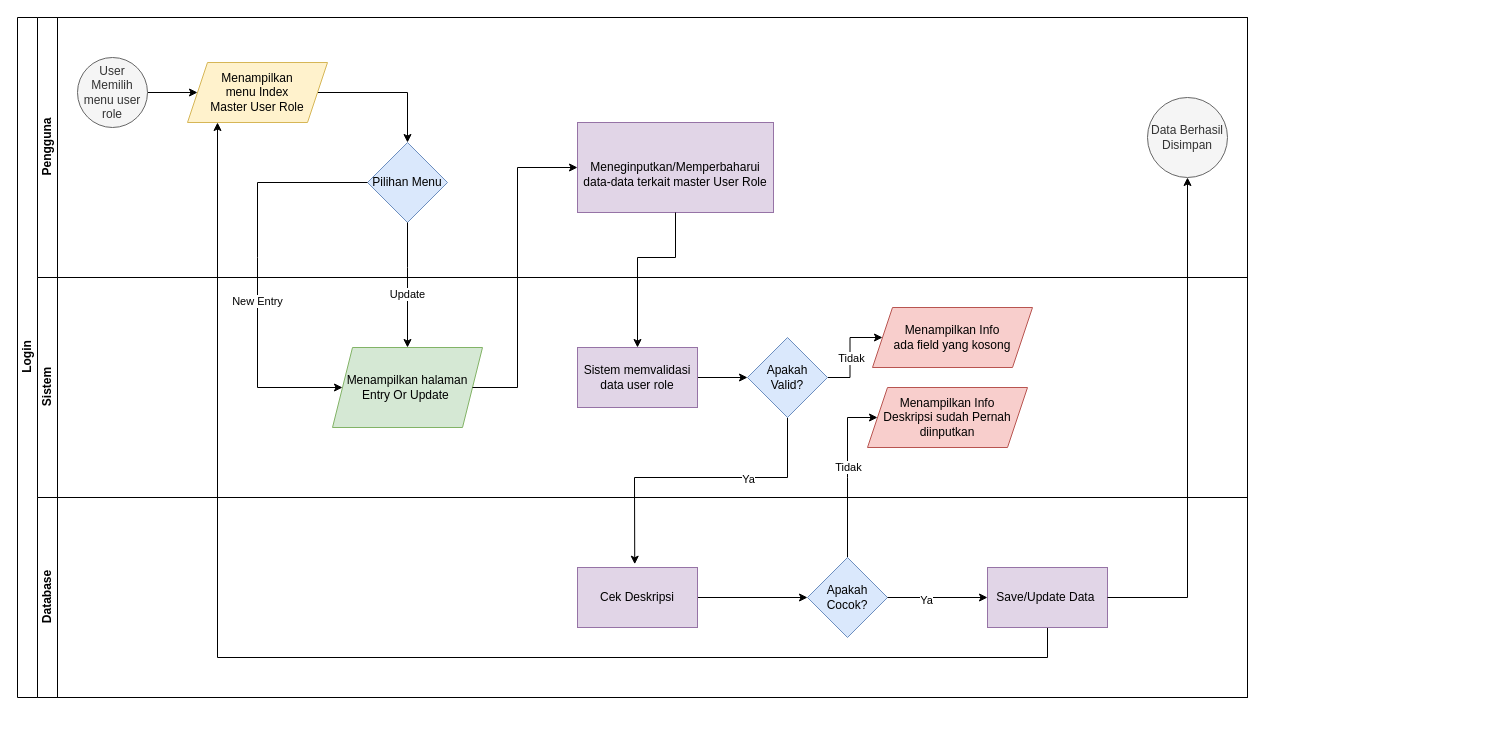
Earlier version of the draw.io diagram page "Master User Role" (2 of 2) of Untitled Diagram.drawio (frostmisty/TestVisioNet). Source tidied: cells renumbered, new cells numbered last; positions are measured from the earlier drawing's top-left corner, leaving out a move shared by most shapes. Both pictures are drawn from the tidied source at 100%, with x=0, y=0 at pixel (17, 17).
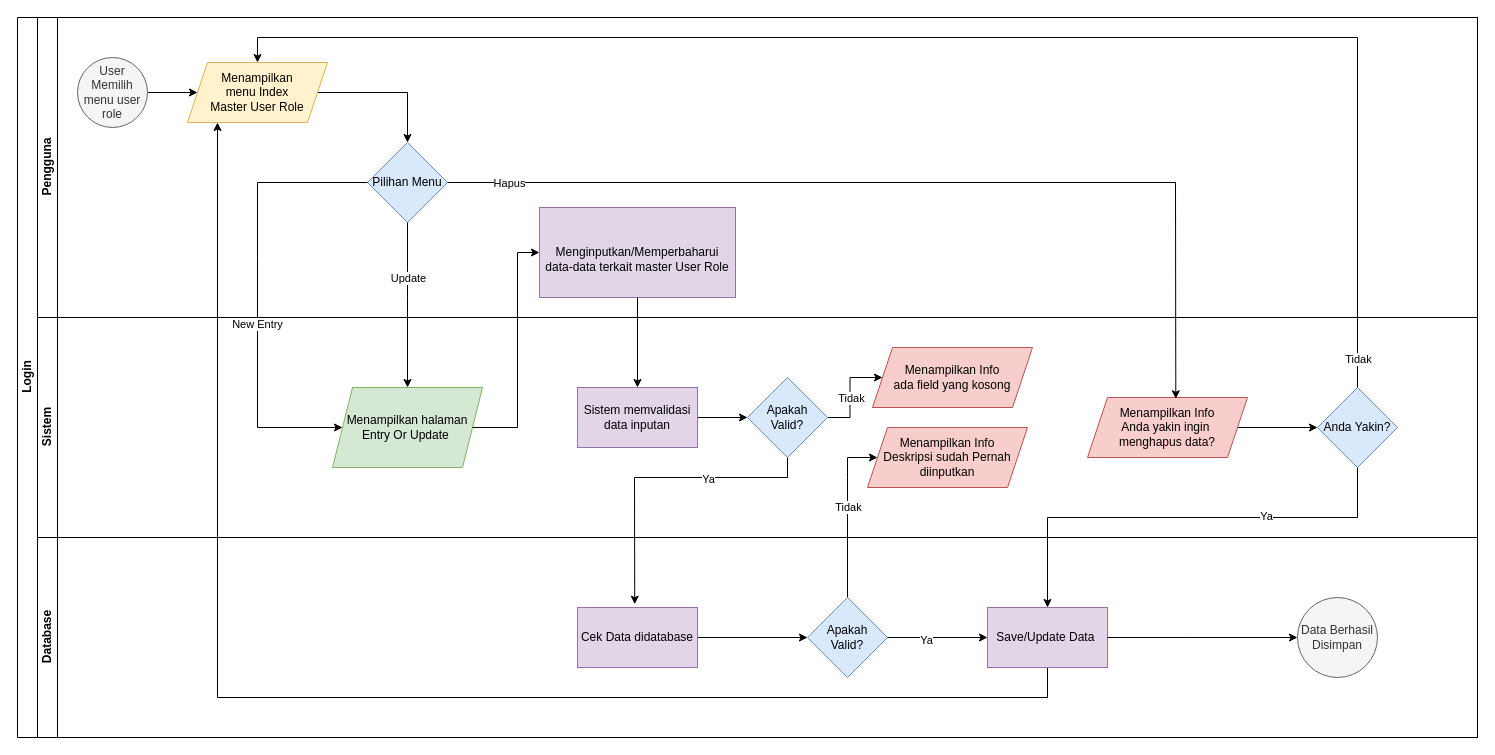
Above is the later version.

Unchanged cells that the change refers to:
```xml
<mxCell id="7" value="Menampilkan &lt;br&gt;menu Index &lt;br&gt;Master User Role" style="shape=parallelogram;perimeter=parallelogramPerimeter;whiteSpace=wrap;html=1;fixedSize=1;fillColor=#fff2cc;strokeColor=#d6b656;" parent="3" vertex="1">
  <mxGeometry x="150" y="45" width="140" height="60" as="geometry" />
</mxCell>
<mxCell id="9" value="Pilihan Menu" style="rhombus;whiteSpace=wrap;html=1;fillColor=#dae8fc;strokeColor=#6c8ebf;" parent="3" vertex="1">
  <mxGeometry x="330" y="125" width="80" height="80" as="geometry" />
</mxCell>
<mxCell id="21" value="Apakah &lt;br&gt;Valid?" style="rhombus;whiteSpace=wrap;html=1;fillColor=#dae8fc;strokeColor=#6c8ebf;" parent="16" vertex="1">
  <mxGeometry x="710" y="60" width="80" height="80" as="geometry" />
</mxCell>
<mxCell id="23" value="Menampilkan Info&lt;br&gt;Deskripsi sudah Pernah&lt;br&gt;diinputkan" style="shape=parallelogram;perimeter=parallelogramPerimeter;whiteSpace=wrap;html=1;fixedSize=1;fillColor=#f8cecc;strokeColor=#b85450;" parent="16" vertex="1">
  <mxGeometry x="830" y="110" width="160" height="60" as="geometry" />
</mxCell>
<mxCell id="24" value="Menampilkan halaman Entry Or Update&amp;nbsp;" style="shape=parallelogram;perimeter=parallelogramPerimeter;whiteSpace=wrap;html=1;fixedSize=1;fillColor=#d5e8d4;strokeColor=#82b366;" parent="16" vertex="1">
  <mxGeometry x="295" y="70" width="150" height="80" as="geometry" />
</mxCell>
<mxCell id="29" value="Save/Update Data&amp;nbsp;" style="rounded=0;whiteSpace=wrap;html=1;fillColor=#e1d5e7;strokeColor=#9673a6;" parent="25" vertex="1">
  <mxGeometry x="950" y="70" width="120" height="60" as="geometry" />
</mxCell>
<mxCell id="34" style="endArrow=classic;html=1;rounded=0;exitX=0.5;exitY=1;exitDx=0;exitDy=0;entryX=0.5;entryY=0;entryDx=0;entryDy=0;" parent="2" edge="1" source="9" target="24">
  <mxGeometry relative="1" as="geometry">
    <Array as="points">
      <mxPoint x="390" y="250" />
      <mxPoint x="390" y="280" />
    </Array>
  </mxGeometry>
</mxCell>
```

Diff of the diagram source:
```diff
@@
     <mxCell id="2" value="Login" style="swimlane;html=1;horizontal=0;startSize=20;" parent="1" vertex="1">
-      <mxGeometry width="1230" height="680" as="geometry" />
+      <mxGeometry width="1460" height="720" as="geometry" />
     </mxCell>
+    <mxCell id="12" style="endArrow=classic;html=1;rounded=0;exitX=0.5;exitY=1;exitDx=0;exitDy=0;entryX=0.477;entryY=-0.055;entryDx=0;entryDy=0;entryPerimeter=0;" parent="2" edge="1" source="21" target="27">
+      <mxGeometry relative="1" as="geometry">
+        <Array as="points">
+          <mxPoint x="770" y="460" />
+          <mxPoint x="617" y="460" />
+        </Array>
+      </mxGeometry>
+    </mxCell>
+    <mxCell id="13" value="Ya" style="edgeLabel;html=1;align=center;verticalAlign=middle;" parent="12" vertex="1">
+      <mxGeometry x="-0.33" y="1" relative="1" as="geometry" />
+    </mxCell>
+    <mxCell id="14" style="endArrow=classic;html=1;rounded=0;exitX=0.5;exitY=0;exitDx=0;exitDy=0;entryX=0;entryY=0.5;entryDx=0;entryDy=0;" parent="2" edge="1" source="28" target="23">
+      <mxGeometry relative="1" as="geometry">
+        <Array as="points">
+          <mxPoint x="830" y="460" />
+          <mxPoint x="830" y="440" />
+        </Array>
+      </mxGeometry>
+    </mxCell>
+    <mxCell id="15" value="Tidak" style="edgeLabel;html=1;align=center;verticalAlign=middle;" parent="14" vertex="1">
+      <mxGeometry x="0.07" relative="1" as="geometry" />
+    </mxCell>
     <mxCell id="3" value="Pengguna" style="swimlane;html=1;startSize=20;horizontal=0;" parent="2" vertex="1">
-      <mxGeometry x="20" width="1210" height="260" as="geometry" />
+      <mxGeometry x="20" width="1440" height="300" as="geometry" />
     </mxCell>
@@
-    <mxCell id="8" value="Data Berhasil Disimpan" style="ellipse;whiteSpace=wrap;html=1;fillColor=#f5f5f5;fontColor=#333333;strokeColor=#666666;" parent="3" vertex="1">
-      <mxGeometry x="1110" y="80" width="80" height="80" as="geometry" />
-    </mxCell>
@@
-    <mxCell id="10" value="&lt;br style=&quot;border-color: var(--border-color);&quot;&gt;Meneginputkan/Memperbaharui data-data terkait master User Role&lt;span style=&quot;background-color: rgb(195, 171, 208);&quot;&gt;&lt;br&gt;&lt;/span&gt;" style="rounded=0;whiteSpace=wrap;html=1;fillColor=#e1d5e7;strokeColor=#9673a6;" parent="3" vertex="1">
-      <mxGeometry x="540" y="105" width="196" height="90" as="geometry" />
+    <mxCell id="10" value="&lt;br style=&quot;border-color: var(--border-color);&quot;&gt;Menginputkan/Memperbaharui &lt;br&gt;data-data terkait master User Role&lt;span style=&quot;background-color: rgb(195, 171, 208);&quot;&gt;&lt;br&gt;&lt;/span&gt;" style="rounded=0;whiteSpace=wrap;html=1;fillColor=#e1d5e7;strokeColor=#9673a6;" parent="3" vertex="1">
+      <mxGeometry x="502" y="190" width="196" height="90" as="geometry" />
     </mxCell>
     <mxCell id="11" style="endArrow=classic;html=1;rounded=0;exitX=0.5;exitY=1;exitDx=0;exitDy=0;" parent="3" edge="1" source="29">
       <mxGeometry relative="1" as="geometry">
         <mxPoint x="180" y="105" as="targetPoint" />
         <Array as="points">
-          <mxPoint x="1010" y="640" />
-          <mxPoint x="180" y="640" />
+          <mxPoint x="1010" y="680" />
+          <mxPoint x="180" y="680" />
         </Array>
       </mxGeometry>
     </mxCell>
-    <mxCell id="12" style="endArrow=classic;html=1;rounded=0;exitX=0.5;exitY=1;exitDx=0;exitDy=0;entryX=0.477;entryY=-0.055;entryDx=0;entryDy=0;entryPerimeter=0;" parent="2" edge="1" source="21" target="27">
-      <mxGeometry relative="1" as="geometry">
-        <Array as="points">
-          <mxPoint x="770" y="460" />
-          <mxPoint x="617" y="460" />
-        </Array>
-      </mxGeometry>
-    </mxCell>
-    <mxCell id="13" value="Ya" style="edgeLabel;html=1;align=center;verticalAlign=middle;" parent="12" vertex="1">
-      <mxGeometry x="-0.33" y="1" relative="1" as="geometry" />
-    </mxCell>
-    <mxCell id="14" style="endArrow=classic;html=1;rounded=0;exitX=0.5;exitY=0;exitDx=0;exitDy=0;entryX=0;entryY=0.5;entryDx=0;entryDy=0;" parent="2" edge="1" source="28" target="23">
-      <mxGeometry relative="1" as="geometry">
-        <Array as="points">
-          <mxPoint x="830" y="460" />
-          <mxPoint x="830" y="400" />
-        </Array>
-      </mxGeometry>
-    </mxCell>
-    <mxCell id="15" value="Tidak" style="edgeLabel;html=1;align=center;verticalAlign=middle;" parent="14" vertex="1">
-      <mxGeometry x="0.07" relative="1" as="geometry" />
-    </mxCell>
     <mxCell id="16" value="Sistem" style="swimlane;html=1;startSize=20;horizontal=0;" parent="2" vertex="1">
-      <mxGeometry x="20" y="260" width="1210" height="220" as="geometry" />
+      <mxGeometry x="20" y="300" width="1440" height="220" as="geometry" />
     </mxCell>
@@
-    <mxCell id="18" value="Sistem memvalidasi data user role" style="rounded=0;whiteSpace=wrap;html=1;fillColor=#e1d5e7;strokeColor=#9673a6;" parent="16" vertex="1">
+    <mxCell id="18" value="Sistem memvalidasi data inputan" style="rounded=0;whiteSpace=wrap;html=1;fillColor=#e1d5e7;strokeColor=#9673a6;" parent="16" vertex="1">
       <mxGeometry x="540" y="70" width="120" height="60" as="geometry" />
     </mxCell>
@@
+    <mxCell id="39" style="edgeStyle=orthogonalEdgeStyle;rounded=0;jettySize=auto;html=1;" parent="16" edge="1" source="40" target="41">
+      <mxGeometry relative="1" as="geometry" />
+    </mxCell>
+    <mxCell id="40" value="Menampilkan Info&lt;br&gt;Anda yakin ingin&amp;nbsp;&lt;br&gt;menghapus data?" style="shape=parallelogram;perimeter=parallelogramPerimeter;whiteSpace=wrap;html=1;fixedSize=1;fillColor=#f8cecc;strokeColor=#b85450;" parent="16" vertex="1">
+      <mxGeometry x="1050" y="80" width="160" height="60" as="geometry" />
+    </mxCell>
+    <mxCell id="41" value="Anda Yakin?" style="rhombus;whiteSpace=wrap;html=1;fillColor=#dae8fc;strokeColor=#6c8ebf;" parent="16" vertex="1">
+      <mxGeometry x="1280" y="70" width="80" height="80" as="geometry" />
+    </mxCell>
     <mxCell id="25" value="Database" style="swimlane;html=1;startSize=20;horizontal=0;" parent="2" vertex="1">
-      <mxGeometry x="20" y="480" width="1210" height="200" as="geometry" />
+      <mxGeometry x="20" y="520" width="1440" height="200" as="geometry" />
     </mxCell>
@@
-    <mxCell id="27" value="Cek Deskripsi" style="rounded=0;whiteSpace=wrap;html=1;fillColor=#e1d5e7;strokeColor=#9673a6;" parent="25" vertex="1">
+    <mxCell id="27" value="Cek Data didatabase" style="rounded=0;whiteSpace=wrap;html=1;fillColor=#e1d5e7;strokeColor=#9673a6;" parent="25" vertex="1">
       <mxGeometry x="540" y="70" width="120" height="60" as="geometry" />
     </mxCell>
-    <mxCell id="28" value="Apakah Cocok?" style="rhombus;whiteSpace=wrap;html=1;fillColor=#dae8fc;strokeColor=#6c8ebf;" parent="25" vertex="1">
+    <mxCell id="28" value="Apakah &lt;br&gt;Valid?" style="rhombus;whiteSpace=wrap;html=1;fillColor=#dae8fc;strokeColor=#6c8ebf;" parent="25" vertex="1">
       <mxGeometry x="770" y="60" width="80" height="80" as="geometry" />
     </mxCell>
@@
+    <mxCell id="8" value="Data Berhasil Disimpan" style="ellipse;whiteSpace=wrap;html=1;fillColor=#f5f5f5;fontColor=#333333;strokeColor=#666666;" parent="25" vertex="1">
+      <mxGeometry x="1260" y="60" width="80" height="80" as="geometry" />
+    </mxCell>
+    <mxCell id="38" style="endArrow=classic;html=1;rounded=0;entryX=0;entryY=0.5;entryDx=0;entryDy=0;exitX=1;exitY=0.5;exitDx=0;exitDy=0;" parent="25" edge="1" source="29" target="8">
+      <mxGeometry relative="1" as="geometry">
+        <Array as="points">
+          <mxPoint x="1150" y="100" />
+        </Array>
+      </mxGeometry>
+    </mxCell>
     <mxCell id="32" style="endArrow=classic;html=1;rounded=0;exitX=0;exitY=0.5;exitDx=0;exitDy=0;entryX=0;entryY=0.5;entryDx=0;entryDy=0;" parent="2" edge="1" source="9" target="24">
       <mxGeometry relative="1" as="geometry">
         <Array as="points">
           <mxPoint x="240" y="165" />
           <mxPoint x="240" y="240" />
-          <mxPoint x="240" y="370" />
+          <mxPoint x="240" y="410" />
         </Array>
       </mxGeometry>
     </mxCell>
@@
     <mxCell id="35" value="Update" style="edgeLabel;html=1;align=center;verticalAlign=middle;" parent="34" vertex="1">
       <mxGeometry x="0.14" relative="1" as="geometry">
-        <mxPoint x="-1" as="offset" />
+        <mxPoint y="-39" as="offset" />
       </mxGeometry>
     </mxCell>
     <mxCell id="36" style="endArrow=classic;html=1;rounded=0;exitX=1;exitY=0.5;exitDx=0;exitDy=0;entryX=0;entryY=0.5;entryDx=0;entryDy=0;" parent="2" edge="1" source="24" target="10">
       <mxGeometry relative="1" as="geometry">
         <Array as="points">
-          <mxPoint x="500" y="370" />
-          <mxPoint x="500" y="150" />
+          <mxPoint x="500" y="410" />
+          <mxPoint x="500" y="235" />
         </Array>
       </mxGeometry>
     </mxCell>
     <mxCell id="37" style="endArrow=classic;html=1;rounded=0;exitX=0.5;exitY=1;exitDx=0;exitDy=0;entryX=0.5;entryY=0;entryDx=0;entryDy=0;" parent="2" edge="1" source="10" target="18">
-      <mxGeometry relative="1" as="geometry">
-        <Array as="points">
-          <mxPoint x="658" y="240" />
-          <mxPoint x="620" y="240" />
-        </Array>
-      </mxGeometry>
+      <mxGeometry relative="1" as="geometry" />
     </mxCell>
-    <mxCell id="38" style="endArrow=classic;html=1;rounded=0;entryX=0.5;entryY=1;entryDx=0;entryDy=0;exitX=1;exitY=0.5;exitDx=0;exitDy=0;" parent="2" edge="1" source="29" target="8">
-      <mxGeometry relative="1" as="geometry">
-        <Array as="points">
-          <mxPoint x="1170" y="580" />
-        </Array>
-      </mxGeometry>
-    </mxCell>
+    <mxCell id="42" style="endArrow=classic;html=1;rounded=0;exitX=1;exitY=0.5;exitDx=0;exitDy=0;entryX=0.552;entryY=0.021;entryDx=0;entryDy=0;entryPerimeter=0;" parent="2" edge="1" source="9" target="40">
+      <mxGeometry relative="1" as="geometry">
+        <Array as="points">
+          <mxPoint x="1158" y="165" />
+        </Array>
+      </mxGeometry>
+    </mxCell>
+    <mxCell id="43" value="Hapus" style="edgeLabel;html=1;align=center;verticalAlign=middle;" parent="42" vertex="1">
+      <mxGeometry x="0.01" y="1" relative="1" as="geometry">
+        <mxPoint x="-416" y="1" as="offset" />
+      </mxGeometry>
+    </mxCell>
+    <mxCell id="44" style="endArrow=classic;html=1;rounded=0;exitX=0.5;exitY=1;exitDx=0;exitDy=0;entryX=0.5;entryY=0;entryDx=0;entryDy=0;" parent="2" edge="1" source="41" target="29">
+      <mxGeometry relative="1" as="geometry">
+        <Array as="points">
+          <mxPoint x="1340" y="500" />
+          <mxPoint x="1030" y="500" />
+        </Array>
+      </mxGeometry>
+    </mxCell>
+    <mxCell id="45" value="Ya" style="edgeLabel;html=1;align=center;verticalAlign=middle;" parent="44" vertex="1">
+      <mxGeometry x="-0.37" y="-2" relative="1" as="geometry" />
+    </mxCell>
+    <mxCell id="46" style="endArrow=classic;html=1;rounded=0;exitX=0.5;exitY=0;exitDx=0;exitDy=0;entryX=0.5;entryY=0;entryDx=0;entryDy=0;" parent="2" edge="1" source="41" target="7">
+      <mxGeometry relative="1" as="geometry">
+        <Array as="points">
+          <mxPoint x="1340" y="20" />
+          <mxPoint x="240" y="20" />
+        </Array>
+      </mxGeometry>
+    </mxCell>
+    <mxCell id="47" value="Tidak" style="edgeLabel;html=1;align=center;verticalAlign=middle;" parent="46" vertex="1">
+      <mxGeometry x="-0.96" relative="1" as="geometry">
+        <mxPoint y="1" as="offset" />
+      </mxGeometry>
+    </mxCell>
```
